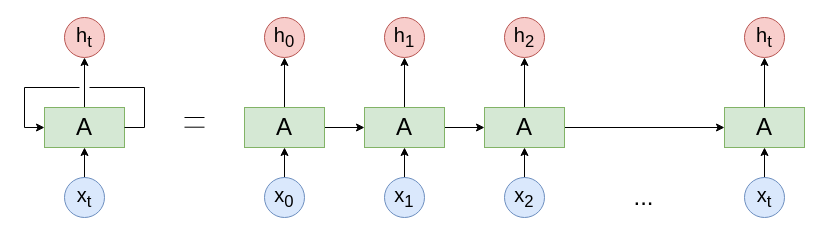
Before: RNN.drawio in AndrzejTunkiel/Training-while-drilling, a draw.io diagram. Source tidied: cells renumbered, new cells numbered last; positions are measured from the earlier drawing's top-left corner, leaving out a move shared by most shapes. Both pictures are drawn from the tidied source at 100%, with x=0, y=0 at pixel (24, 17).
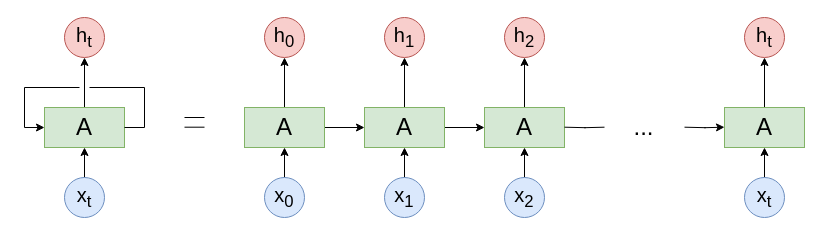
After the change.

The change refers to these unchanged cells:
```xml
<mxCell id="24" value="&lt;font style=&quot;font-size: 24px&quot;&gt;A&lt;/font&gt;" style="rounded=0;whiteSpace=wrap;html=1;fillColor=#d5e8d4;strokeColor=#82b366;" parent="1" vertex="1">
  <mxGeometry x="460" y="90" width="80" height="40" as="geometry" />
</mxCell>
<mxCell id="29" value="&lt;font style=&quot;font-size: 24px&quot;&gt;A&lt;/font&gt;" style="rounded=0;whiteSpace=wrap;html=1;fillColor=#d5e8d4;strokeColor=#82b366;" parent="1" vertex="1">
  <mxGeometry x="700" y="90" width="80" height="40" as="geometry" />
</mxCell>
```

Diff of the diagram source:
```diff
@@
-    <mxCell id="23" style="edgeStyle=orthogonalEdgeStyle;rounded=0;jumpStyle=gap;jumpSize=10;jettySize=auto;html=1;exitX=1;exitY=0.5;exitDx=0;exitDy=0;entryX=0;entryY=0.5;entryDx=0;entryDy=0;" parent="1" edge="1" source="24" target="29">
-      <mxGeometry relative="1" as="geometry" />
-    </mxCell>
@@
     <mxCell id="33" value="&lt;font style=&quot;font-size: 24px&quot;&gt;...&lt;/font&gt;" style="text;html=1;align=center;verticalAlign=middle;" parent="1" vertex="1">
-      <mxGeometry x="599" y="170" width="40" height="20" as="geometry" />
+      <mxGeometry x="599" y="100" width="40" height="20" as="geometry" />
     </mxCell>
+    <mxCell id="34" style="edgeStyle=orthogonalEdgeStyle;rounded=0;jumpStyle=gap;jumpSize=10;orthogonalLoop=1;jettySize=auto;html=1;exitX=1;exitY=0.5;exitDx=0;exitDy=0;entryX=0;entryY=0.5;entryDx=0;entryDy=0;endArrow=none;endFill=0;" parent="1" edge="1">
+      <mxGeometry relative="1" as="geometry">
+        <mxPoint x="540" y="109.7" as="sourcePoint" />
+        <mxPoint x="580" y="109.7" as="targetPoint" />
+      </mxGeometry>
+    </mxCell>
+    <mxCell id="35" style="edgeStyle=orthogonalEdgeStyle;rounded=0;jumpStyle=gap;jumpSize=10;orthogonalLoop=1;jettySize=auto;html=1;exitX=1;exitY=0.5;exitDx=0;exitDy=0;entryX=0;entryY=0.5;entryDx=0;entryDy=0;" parent="1" edge="1">
+      <mxGeometry relative="1" as="geometry">
+        <mxPoint x="660" y="109.7" as="sourcePoint" />
+        <mxPoint x="700" y="109.7" as="targetPoint" />
+      </mxGeometry>
+    </mxCell>
```
